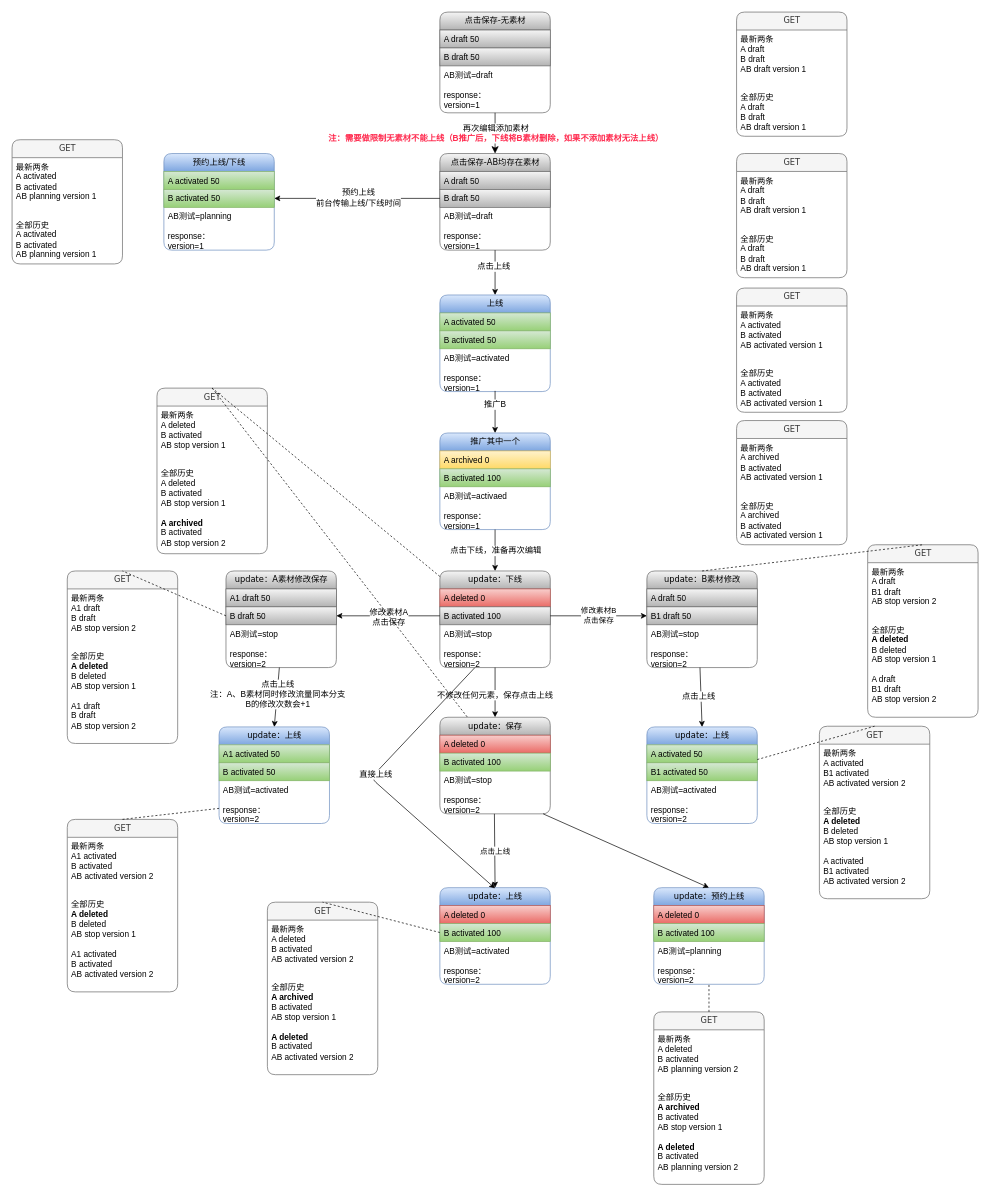
Earlier version of the draw.io diagram 未命名表单.drawio (hzhang123/DrawImage). Source tidied: cells renumbered, new cells numbered last; positions are measured from the earlier drawing's top-left corner, leaving out a move shared by most shapes. Both pictures are drawn from the tidied source at 69%, with x=0, y=0 at pixel (12, 12).
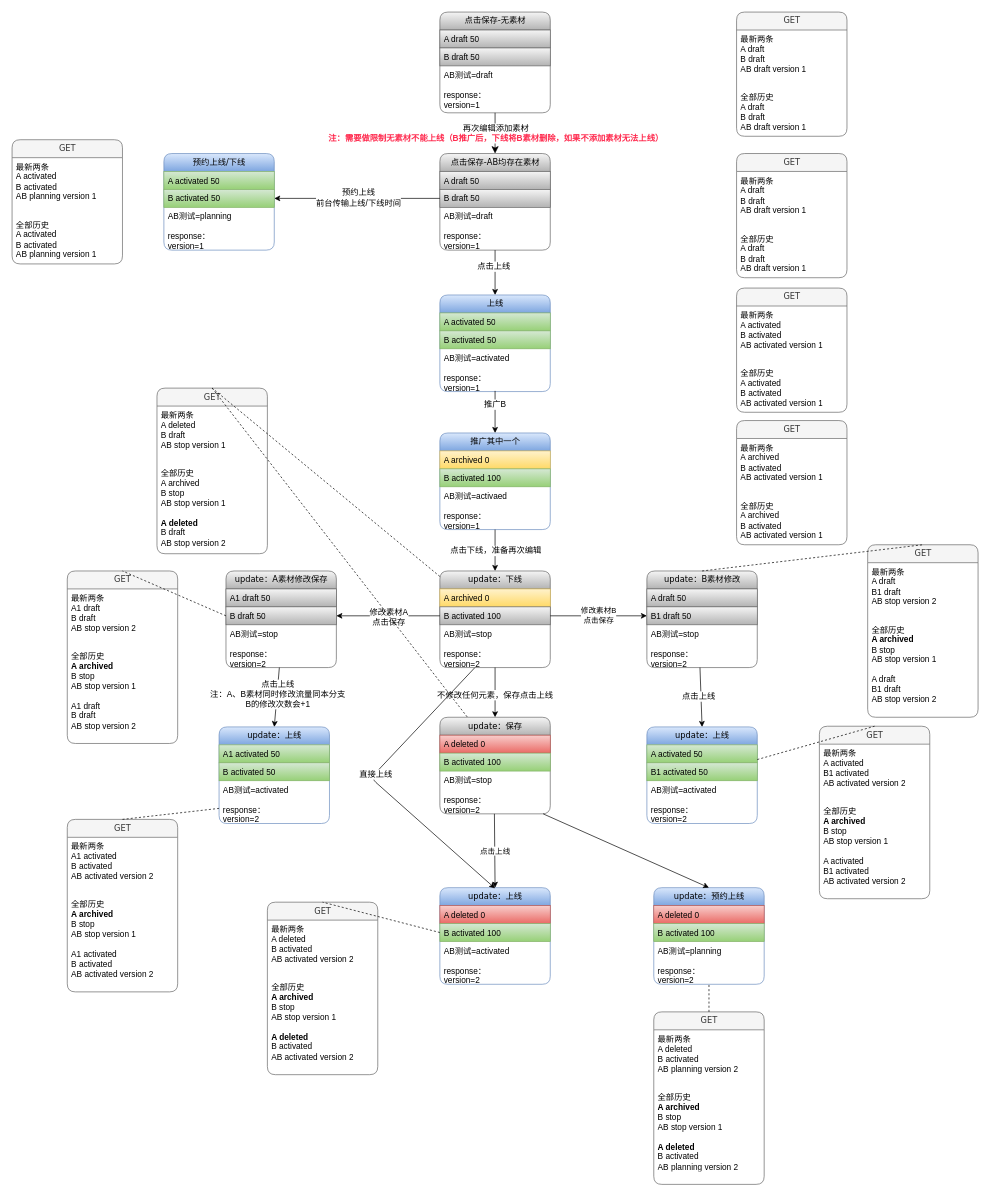
After the change.

Unchanged cells that the change refers to:
```xml
<mxCell id="24" value="update：下线" style="swimlane;html=1;fontStyle=0;horizontal=1;startSize=26;fillColor=#f5f5f5;swimlaneFillColor=#ffffff;align=center;rounded=1;shadow=0;comic=0;labelBackgroundColor=none;strokeColor=#666666;strokeWidth=1;fontFamily=Verdana;fontSize=12;gradientColor=#b3b3b3;" parent="1" vertex="1">
  <mxGeometry x="620" y="810" width="160" height="140" as="geometry" />
</mxCell>
<mxCell id="71" value="GET" style="swimlane;html=1;fontStyle=0;horizontal=1;startSize=26;fillColor=#f5f5f5;swimlaneFillColor=#ffffff;align=center;rounded=1;shadow=0;comic=0;labelBackgroundColor=none;strokeColor=#666666;strokeWidth=1;fontFamily=Verdana;fontSize=12;fontColor=#333333;" parent="1" vertex="1">
  <mxGeometry x="80" y="810" width="160" height="250" as="geometry" />
</mxCell>
<mxCell id="74" value="GET" style="swimlane;html=1;fontStyle=0;horizontal=1;startSize=26;fillColor=#f5f5f5;swimlaneFillColor=#ffffff;align=center;rounded=1;shadow=0;comic=0;labelBackgroundColor=none;strokeColor=#666666;strokeWidth=1;fontFamily=Verdana;fontSize=12;fontColor=#333333;" parent="1" vertex="1">
  <mxGeometry x="210" y="545" width="160" height="240" as="geometry" />
</mxCell>
<mxCell id="89" value="GET" style="swimlane;html=1;fontStyle=0;horizontal=1;startSize=26;fillColor=#f5f5f5;swimlaneFillColor=#ffffff;align=center;rounded=1;shadow=0;comic=0;labelBackgroundColor=none;strokeColor=#666666;strokeWidth=1;fontFamily=Verdana;fontSize=12;fontColor=#333333;" parent="1" vertex="1">
  <mxGeometry x="1240" y="772" width="160" height="250" as="geometry" />
</mxCell>
<mxCell id="92" value="GET" style="swimlane;html=1;fontStyle=0;horizontal=1;startSize=26;fillColor=#f5f5f5;swimlaneFillColor=#ffffff;align=center;rounded=1;shadow=0;comic=0;labelBackgroundColor=none;strokeColor=#666666;strokeWidth=1;fontFamily=Verdana;fontSize=12;fontColor=#333333;" parent="1" vertex="1">
  <mxGeometry x="1170" y="1035" width="160" height="250" as="geometry" />
</mxCell>
<mxCell id="95" value="GET" style="swimlane;html=1;fontStyle=0;horizontal=1;startSize=26;swimlaneFillColor=#ffffff;align=center;rounded=1;shadow=0;comic=0;labelBackgroundColor=none;strokeWidth=1;fontFamily=Verdana;fontSize=12;fillColor=#f5f5f5;strokeColor=#666666;fontColor=#333333;" parent="1" vertex="1">
  <mxGeometry x="370" y="1290" width="160" height="250" as="geometry" />
</mxCell>
<mxCell id="101" value="GET" style="swimlane;html=1;fontStyle=0;horizontal=1;startSize=26;fillColor=#f5f5f5;swimlaneFillColor=#ffffff;align=center;rounded=1;shadow=0;comic=0;labelBackgroundColor=none;strokeColor=#666666;strokeWidth=1;fontFamily=Verdana;fontSize=12;fontColor=#333333;" parent="1" vertex="1">
  <mxGeometry x="80" y="1170" width="160" height="250" as="geometry" />
</mxCell>
<mxCell id="114" value="GET" style="swimlane;html=1;fontStyle=0;horizontal=1;startSize=26;swimlaneFillColor=#ffffff;align=center;rounded=1;shadow=0;comic=0;labelBackgroundColor=none;strokeWidth=1;fontFamily=Verdana;fontSize=12;fillColor=#f5f5f5;strokeColor=#666666;fontColor=#333333;" parent="1" vertex="1">
  <mxGeometry x="930" y="1449" width="160" height="250" as="geometry" />
</mxCell>
```

What changed in the source:
```diff
@@
-    <mxCell id="25" value="A deleted 0" style="text;html=1;strokeColor=#b85450;fillColor=#f8cecc;spacingLeft=4;spacingRight=4;whiteSpace=wrap;overflow=hidden;gradientColor=#ea6b66;" parent="24" vertex="1">
+    <mxCell id="25" value="A archived 0" style="text;html=1;strokeColor=#d6b656;fillColor=#fff2cc;spacingLeft=4;spacingRight=4;whiteSpace=wrap;overflow=hidden;gradientColor=#ffd966;" parent="24" vertex="1">
       <mxGeometry y="26" width="160" height="26" as="geometry" />
     </mxCell>
@@
-    <mxCell id="73" value="全部历史&lt;br&gt;&lt;b&gt;A deleted&lt;/b&gt;&lt;br&gt;B deleted&lt;br&gt;AB stop version 1&lt;br&gt;&lt;br&gt;A1 draft&lt;br&gt;B draft&lt;br&gt;AB stop version 2" style="text;html=1;strokeColor=none;fillColor=none;spacingLeft=4;spacingRight=4;whiteSpace=wrap;overflow=hidden;" parent="71" vertex="1">
+    <mxCell id="73" value="全部历史&lt;br&gt;&lt;b&gt;A archived&lt;/b&gt;&lt;br&gt;B stop&lt;br&gt;AB stop version 1&lt;br&gt;&lt;br&gt;A1 draft&lt;br&gt;B draft&lt;br&gt;AB stop version 2" style="text;html=1;strokeColor=none;fillColor=none;spacingLeft=4;spacingRight=4;whiteSpace=wrap;overflow=hidden;" parent="71" vertex="1">
       <mxGeometry y="110" width="160" height="140" as="geometry" />
     </mxCell>
@@
-    <mxCell id="75" value="最新两条&lt;br&gt;A deleted&lt;br&gt;B activated&lt;br&gt;AB stop version 1" style="text;html=1;strokeColor=none;fillColor=none;spacingLeft=4;spacingRight=4;whiteSpace=wrap;overflow=hidden;" parent="74" vertex="1">
+    <mxCell id="75" value="最新两条&lt;br&gt;A deleted&lt;br&gt;B draft&lt;br&gt;AB stop version 1" style="text;html=1;strokeColor=none;fillColor=none;spacingLeft=4;spacingRight=4;whiteSpace=wrap;overflow=hidden;" parent="74" vertex="1">
       <mxGeometry y="26" width="160" height="84" as="geometry" />
     </mxCell>
-    <mxCell id="76" value="全部历史&lt;br&gt;A deleted&lt;br&gt;B activated&lt;br&gt;AB stop version 1&lt;br&gt;&lt;br&gt;&lt;b&gt;A archived&lt;/b&gt;&lt;br&gt;B activated&lt;br&gt;AB stop version 2" style="text;html=1;strokeColor=none;fillColor=none;spacingLeft=4;spacingRight=4;whiteSpace=wrap;overflow=hidden;" parent="74" vertex="1">
+    <mxCell id="76" value="全部历史&lt;br&gt;A archived&lt;br&gt;B stop&lt;br&gt;AB stop version 1&lt;br&gt;&lt;br&gt;&lt;b&gt;A deleted&lt;/b&gt;&lt;br&gt;B draft&lt;br&gt;AB stop version 2" style="text;html=1;strokeColor=none;fillColor=none;spacingLeft=4;spacingRight=4;whiteSpace=wrap;overflow=hidden;" parent="74" vertex="1">
       <mxGeometry y="110" width="160" height="130" as="geometry" />
     </mxCell>
@@
-    <mxCell id="91" value="全部历史&lt;br&gt;&lt;b&gt;A deleted&lt;/b&gt;&lt;br&gt;B deleted&lt;br&gt;AB stop version 1&lt;br&gt;&lt;br&gt;A draft&lt;br&gt;B1 draft&lt;br&gt;AB stop version 2" style="text;html=1;strokeColor=none;fillColor=none;spacingLeft=4;spacingRight=4;whiteSpace=wrap;overflow=hidden;" parent="89" vertex="1">
+    <mxCell id="91" value="全部历史&lt;br&gt;&lt;b&gt;A archived&lt;/b&gt;&lt;br&gt;B stop&lt;br&gt;AB stop version 1&lt;br&gt;&lt;br&gt;A draft&lt;br&gt;B1 draft&lt;br&gt;AB stop version 2" style="text;html=1;strokeColor=none;fillColor=none;spacingLeft=4;spacingRight=4;whiteSpace=wrap;overflow=hidden;" parent="89" vertex="1">
       <mxGeometry y="110" width="160" height="140" as="geometry" />
     </mxCell>
@@
-    <mxCell id="94" value="全部历史&lt;br&gt;&lt;b&gt;A deleted&lt;/b&gt;&lt;br&gt;B deleted&lt;br&gt;AB stop version 1&lt;br&gt;&lt;br&gt;A activated&lt;br&gt;B1 activated&lt;br&gt;AB activated version 2" style="text;html=1;strokeColor=none;fillColor=none;spacingLeft=4;spacingRight=4;whiteSpace=wrap;overflow=hidden;" parent="92" vertex="1">
+    <mxCell id="94" value="全部历史&lt;br&gt;&lt;b&gt;A archived&lt;/b&gt;&lt;br&gt;B stop&lt;br&gt;AB stop version 1&lt;br&gt;&lt;br&gt;A activated&lt;br&gt;B1 activated&lt;br&gt;AB activated version 2" style="text;html=1;strokeColor=none;fillColor=none;spacingLeft=4;spacingRight=4;whiteSpace=wrap;overflow=hidden;" parent="92" vertex="1">
       <mxGeometry y="110" width="160" height="140" as="geometry" />
     </mxCell>
@@
-    <mxCell id="97" value="全部历史&lt;br&gt;&lt;b&gt;A archived&lt;/b&gt;&lt;br&gt;B activated&lt;br&gt;AB stop version 1&lt;br&gt;&lt;br&gt;&lt;b&gt;A deleted&lt;/b&gt;&lt;br&gt;B activated&lt;br&gt;AB activated version 2" style="text;html=1;strokeColor=none;fillColor=none;spacingLeft=4;spacingRight=4;whiteSpace=wrap;overflow=hidden;" parent="95" vertex="1">
+    <mxCell id="97" value="全部历史&lt;br&gt;&lt;b&gt;A archived&lt;/b&gt;&lt;br&gt;B stop&lt;br&gt;AB stop version 1&lt;br&gt;&lt;br&gt;&lt;b&gt;A deleted&lt;/b&gt;&lt;br&gt;B activated&lt;br&gt;AB activated version 2" style="text;html=1;strokeColor=none;fillColor=none;spacingLeft=4;spacingRight=4;whiteSpace=wrap;overflow=hidden;" parent="95" vertex="1">
       <mxGeometry y="110" width="160" height="140" as="geometry" />
     </mxCell>
@@
-    <mxCell id="103" value="全部历史&lt;br&gt;&lt;b&gt;A deleted&lt;/b&gt;&lt;br&gt;B deleted&lt;br&gt;AB stop version 1&lt;br&gt;&lt;br&gt;A1 activated&lt;br&gt;B activated&lt;br&gt;AB activated version 2" style="text;html=1;strokeColor=none;fillColor=none;spacingLeft=4;spacingRight=4;whiteSpace=wrap;overflow=hidden;" parent="101" vertex="1">
+    <mxCell id="103" value="全部历史&lt;br&gt;&lt;b&gt;A archived&lt;/b&gt;&lt;br&gt;B stop&lt;br&gt;AB stop version 1&lt;br&gt;&lt;br&gt;A1 activated&lt;br&gt;B activated&lt;br&gt;AB activated version 2" style="text;html=1;strokeColor=none;fillColor=none;spacingLeft=4;spacingRight=4;whiteSpace=wrap;overflow=hidden;" parent="101" vertex="1">
       <mxGeometry y="110" width="160" height="140" as="geometry" />
     </mxCell>
@@
-    <mxCell id="116" value="全部历史&lt;br&gt;&lt;b&gt;A archived&lt;/b&gt;&lt;br&gt;B activated&lt;br&gt;AB stop version 1&lt;br&gt;&lt;br&gt;&lt;b&gt;A deleted&lt;/b&gt;&lt;br&gt;B activated&lt;br&gt;AB planning version 2" style="text;html=1;strokeColor=none;fillColor=none;spacingLeft=4;spacingRight=4;whiteSpace=wrap;overflow=hidden;" parent="114" vertex="1">
+    <mxCell id="116" value="全部历史&lt;br&gt;&lt;b&gt;A archived&lt;/b&gt;&lt;br&gt;B stop&lt;br&gt;AB stop version 1&lt;br&gt;&lt;br&gt;&lt;b&gt;A deleted&lt;/b&gt;&lt;br&gt;B activated&lt;br&gt;AB planning version 2" style="text;html=1;strokeColor=none;fillColor=none;spacingLeft=4;spacingRight=4;whiteSpace=wrap;overflow=hidden;" parent="114" vertex="1">
       <mxGeometry y="110" width="160" height="140" as="geometry" />
     </mxCell>
```
